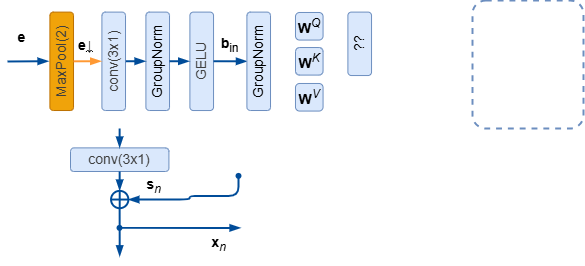
Earlier version of the draw.io export images/parametersEstimation/bottleneck_block_diagram.drawio.png (romangorbunov91/master-thesis-2026). Source tidied: cells renumbered, new cells last; positions are measured from the earlier drawing's top-left corner, leaving out a move shared by most shapes.
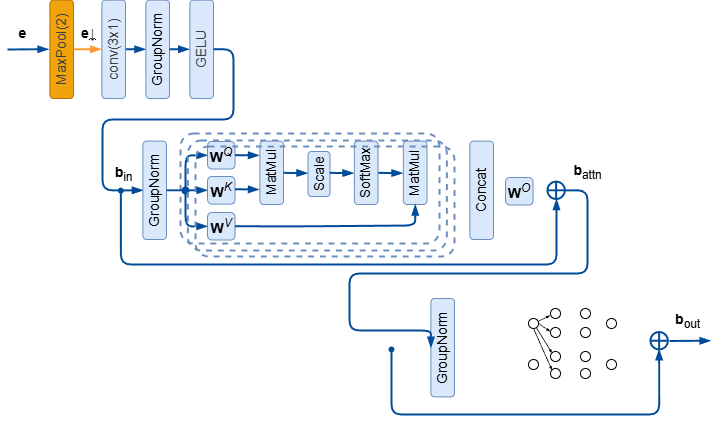
The same diagram one commit later.

Commit message:
Дополнено описание Bottleneck.

The edit, as a diff of the source:
```diff
@@ -3,7 +3,7 @@
     <mxCell id="0" />
     <mxCell id="1" parent="0" />
     <mxCell id="2" style="rounded=1;whiteSpace=wrap;html=1;fillColor=none;strokeColor=#6c8ebf;dashed=1;strokeWidth=1.9685;arcSize=12;" parent="1" vertex="1">
-      <mxGeometry x="465" width="111" height="128" as="geometry" />
+      <mxGeometry x="173" y="145" width="259" height="110" as="geometry" />
     </mxCell>
     <mxCell id="3" style="edgeStyle=none;html=1;rounded=0;curved=0;endArrow=blockThin;endFill=1;strokeColor=#004C99;strokeWidth=1.9685;" parent="1" edge="1">
       <mxGeometry relative="1" as="geometry">
@@ -12,57 +12,20 @@
       </mxGeometry>
     </mxCell>
     <mxCell id="4" value="&lt;font style=&quot;font-size: 14px;&quot;&gt;&lt;b style=&quot;&quot;&gt;e&lt;/b&gt;&lt;/font&gt;" style="text;html=1;align=center;verticalAlign=middle;strokeColor=none;fillColor=none;" parent="1" vertex="1">
-      <mxGeometry y="22" width="27" height="30" as="geometry" />
+      <mxGeometry x="1" y="29.5" width="27" height="30" as="geometry" />
     </mxCell>
-    <mxCell id="5" value="&lt;span style=&quot;color: rgb(63, 63, 63); font-size: 14px;&quot;&gt;conv(3x1)&lt;/span&gt;" style="rounded=1;whiteSpace=wrap;html=1;rotation=0;fillColor=#dae8fc;strokeColor=#6c8ebf;" parent="1" vertex="1">
-      <mxGeometry x="63" y="147.4" width="98.4" height="23.6" as="geometry" />
-    </mxCell>
-    <mxCell id="6" style="edgeStyle=none;html=1;entryX=0.5;entryY=0;entryDx=0;entryDy=0;rounded=0;curved=0;endArrow=blockThin;endFill=1;strokeColor=#004C99;exitX=0.5;exitY=1;exitDx=0;exitDy=0;strokeWidth=1.9685;" parent="1" edge="1">
-      <mxGeometry relative="1" as="geometry">
-        <mxPoint x="112.1" y="128" as="sourcePoint" />
-        <mxPoint x="112.1" y="147" as="targetPoint" />
-      </mxGeometry>
-    </mxCell>
     <mxCell id="7" style="verticalLabelPosition=bottom;verticalAlign=top;html=1;shape=mxgraph.flowchart.summing_function;strokeColor=#004C99;strokeWidth=1.9685;" parent="1" vertex="1">
-      <mxGeometry x="103.6" y="190.4" width="17.3" height="17.3" as="geometry" />
+      <mxGeometry x="540" y="193.1" width="17.3" height="17.3" as="geometry" />
     </mxCell>
-    <mxCell id="8" style="edgeStyle=none;html=1;entryX=0.5;entryY=0;entryDx=0;entryDy=0;rounded=0;curved=0;endArrow=blockThin;endFill=1;strokeColor=#004C99;exitX=0.5;exitY=1;exitDx=0;exitDy=0;strokeWidth=1.9685;" parent="1" edge="1">
-      <mxGeometry relative="1" as="geometry">
-        <mxPoint x="112.2" y="171" as="sourcePoint" />
-        <mxPoint x="112.2" y="190" as="targetPoint" />
-      </mxGeometry>
-    </mxCell>
-    <mxCell id="9" style="edgeStyle=orthogonalEdgeStyle;html=1;rounded=1;endArrow=blockThin;endFill=1;strokeColor=#004C99;entryX=1;entryY=0.5;entryDx=0;entryDy=0;entryPerimeter=0;startArrow=oval;startFill=1;startSize=3.937;curved=0;strokeWidth=1.9685;" parent="1" edge="1" target="7">
+    <mxCell id="9" style="edgeStyle=orthogonalEdgeStyle;html=1;rounded=1;endArrow=blockThin;endFill=1;strokeColor=#004C99;entryX=0.5;entryY=1;entryDx=0;entryDy=0;entryPerimeter=0;startArrow=oval;startFill=1;startSize=3.937;curved=0;strokeWidth=1.9685;exitX=0.442;exitY=1.034;exitDx=0;exitDy=0;exitPerimeter=0;" parent="1" edge="1" source="24" target="7">
       <mxGeometry relative="1" as="geometry">
-        <mxPoint x="231" y="175.4" as="sourcePoint" />
         <Array as="points">
-          <mxPoint x="231" y="195.4" />
-          <mxPoint x="182" y="195.4" />
-          <mxPoint x="182" y="199.4" />
+          <mxPoint x="113" y="276" />
+          <mxPoint x="549" y="276" />
+          <mxPoint x="549" y="211" />
         </Array>
       </mxGeometry>
     </mxCell>
-    <mxCell id="10" style="edgeStyle=none;html=1;rounded=0;curved=0;endArrow=blockThin;endFill=1;strokeColor=#004C99;exitX=0.5;exitY=1;exitDx=0;exitDy=0;entryX=0.5;entryY=0;entryDx=0;entryDy=0;strokeWidth=1.9685;" parent="1" edge="1">
-      <mxGeometry relative="1" as="geometry">
-        <mxPoint x="112.1" y="208.4" as="sourcePoint" />
-        <mxPoint x="112.2" y="255.8" as="targetPoint" />
-      </mxGeometry>
-    </mxCell>
-    <mxCell id="11" style="edgeStyle=orthogonalEdgeStyle;html=1;rounded=0;endArrow=blockThin;endFill=1;strokeColor=#004C99;startArrow=oval;startFill=1;startSize=3.937;strokeWidth=1.9685;" parent="1" edge="1">
-      <mxGeometry relative="1" as="geometry">
-        <mxPoint x="112" y="227.4" as="sourcePoint" />
-        <mxPoint x="233" y="227.4" as="targetPoint" />
-        <Array as="points">
-          <mxPoint x="205" y="227.4" />
-        </Array>
-      </mxGeometry>
-    </mxCell>
-    <mxCell id="12" value="&lt;font style=&quot;font-size: 14px;&quot;&gt;&lt;b style=&quot;&quot;&gt;x&lt;/b&gt;&lt;sub style=&quot;&quot;&gt;&lt;i style=&quot;&quot;&gt;n&lt;/i&gt;&lt;/sub&gt;&lt;/font&gt;" style="text;html=1;align=center;verticalAlign=middle;strokeColor=none;fillColor=none;" parent="1" vertex="1">
-      <mxGeometry x="194" y="226.4" width="33" height="33" as="geometry" />
-    </mxCell>
-    <mxCell id="13" value="&lt;font style=&quot;font-size: 14px;&quot;&gt;&lt;b style=&quot;&quot;&gt;s&lt;/b&gt;&lt;sub style=&quot;&quot;&gt;&lt;i style=&quot;&quot;&gt;n&lt;/i&gt;&lt;/sub&gt;&lt;/font&gt;" style="text;html=1;align=center;verticalAlign=middle;strokeColor=none;fillColor=none;strokeWidth=1.9685;" parent="1" vertex="1">
-      <mxGeometry x="129" y="168.4" width="33" height="33" as="geometry" />
-    </mxCell>
     <mxCell id="14" value="&lt;span style=&quot;color: rgb(63, 63, 63); font-size: 14px;&quot;&gt;conv(3x1)&lt;/span&gt;" style="rounded=1;whiteSpace=wrap;html=1;rotation=-90;fillColor=#dae8fc;strokeColor=#6c8ebf;" parent="1" vertex="1">
       <mxGeometry x="57" y="49" width="98.4" height="23.6" as="geometry" />
     </mxCell>
@@ -72,13 +35,13 @@
     <mxCell id="16" value="&lt;span style=&quot;color: rgb(63, 63, 63); font-size: 14px;&quot;&gt;GELU&lt;/span&gt;" style="rounded=1;whiteSpace=wrap;html=1;rotation=-90;fillColor=#dae8fc;strokeColor=#6c8ebf;" parent="1" vertex="1">
       <mxGeometry x="145" y="49" width="98.4" height="23.6" as="geometry" />
     </mxCell>
-    <mxCell id="17" style="edgeStyle=none;html=1;entryX=0.476;entryY=-0.051;entryDx=0;entryDy=0;rounded=0;curved=0;endArrow=blockThin;endFill=1;strokeColor=#004C99;exitX=0.476;exitY=0.987;exitDx=0;exitDy=0;strokeWidth=1.9685;exitPerimeter=0;entryPerimeter=0;" parent="1" edge="1">
+    <mxCell id="17" style="edgeStyle=none;html=1;entryX=0.476;entryY=-0.051;entryDx=0;entryDy=0;rounded=0;curved=0;endArrow=blockThin;endFill=1;strokeColor=#004C99;exitX=0.476;exitY=0.987;exitDx=0;exitDy=0;strokeWidth=2;exitPerimeter=0;entryPerimeter=0;" parent="1" edge="1">
       <mxGeometry relative="1" as="geometry">
         <mxPoint x="118.3" y="60.7" as="sourcePoint" />
         <mxPoint x="138" y="60.7" as="targetPoint" />
       </mxGeometry>
     </mxCell>
-    <mxCell id="18" style="edgeStyle=none;html=1;entryX=0.476;entryY=-0.051;entryDx=0;entryDy=0;rounded=0;curved=0;endArrow=blockThin;endFill=1;strokeColor=#004C99;exitX=0.476;exitY=0.987;exitDx=0;exitDy=0;strokeWidth=1.9685;exitPerimeter=0;entryPerimeter=0;" parent="1" edge="1">
+    <mxCell id="18" style="edgeStyle=none;html=1;entryX=0.476;entryY=-0.051;entryDx=0;entryDy=0;rounded=0;curved=0;endArrow=blockThin;endFill=1;strokeColor=#004C99;exitX=0.476;exitY=0.987;exitDx=0;exitDy=0;strokeWidth=2;exitPerimeter=0;entryPerimeter=0;" parent="1" edge="1">
       <mxGeometry relative="1" as="geometry">
         <mxPoint x="162" y="60.7" as="sourcePoint" />
         <mxPoint x="181.7" y="60.7" as="targetPoint" />
@@ -88,35 +51,204 @@
       <mxGeometry x="5" y="49" width="98.4" height="23.6" as="geometry" />
     </mxCell>
     <mxCell id="20" value="&lt;font style=&quot;font-size: 14px;&quot;&gt;&lt;font style=&quot;&quot;&gt;&lt;b style=&quot;&quot;&gt;e&lt;/b&gt;&lt;/font&gt;&lt;font face=&quot;Google Sans, Arial, sans-serif&quot;&gt;&lt;i style=&quot;&quot;&gt;&lt;u style=&quot;&quot;&gt;↓&lt;/u&gt;&lt;/i&gt;&lt;/font&gt;&lt;/font&gt;" style="text;html=1;align=center;verticalAlign=middle;strokeColor=none;fillColor=none;" parent="1" vertex="1">
-      <mxGeometry x="61" y="30" width="34" height="30" as="geometry" />
+      <mxGeometry x="64" y="30" width="34" height="30" as="geometry" />
     </mxCell>
     <mxCell id="21" style="edgeStyle=none;html=1;entryX=0.476;entryY=-0.051;entryDx=0;entryDy=0;rounded=0;curved=0;endArrow=blockThin;endFill=1;strokeColor=#FF9933;exitX=0.5;exitY=1;exitDx=0;exitDy=0;strokeWidth=1.9685;entryPerimeter=0;fillColor=#fa6800;" parent="1" edge="1" source="19">
       <mxGeometry relative="1" as="geometry">
         <mxPoint x="93.7" y="60.7" as="targetPoint" />
       </mxGeometry>
     </mxCell>
-    <mxCell id="22" style="edgeStyle=none;html=1;rounded=0;curved=0;endArrow=blockThin;endFill=1;strokeColor=#004C99;exitX=0.476;exitY=0.987;exitDx=0;exitDy=0;strokeWidth=1.9685;exitPerimeter=0;entryX=0.5;entryY=0;entryDx=0;entryDy=0;" parent="1" edge="1" target="23">
+    <mxCell id="22" style="edgeStyle=orthogonalEdgeStyle;html=1;rounded=1;endArrow=blockThin;endFill=1;strokeColor=#004C99;exitX=0.476;exitY=0.987;exitDx=0;exitDy=0;strokeWidth=2;exitPerimeter=0;entryX=0.5;entryY=0;entryDx=0;entryDy=0;" parent="1" edge="1" target="23">
       <mxGeometry relative="1" as="geometry">
         <mxPoint x="206" y="60.7" as="sourcePoint" />
+        <Array as="points">
+          <mxPoint x="226" y="61" />
+          <mxPoint x="226" y="131" />
+          <mxPoint x="95" y="131" />
+          <mxPoint x="95" y="202" />
+        </Array>
       </mxGeometry>
     </mxCell>
     <mxCell id="23" value="&lt;span style=&quot;font-size: 14px;&quot;&gt;GroupNorm&lt;/span&gt;" style="rounded=1;whiteSpace=wrap;html=1;rotation=-90;fillColor=#dae8fc;strokeColor=#6c8ebf;" parent="1" vertex="1">
-      <mxGeometry x="202" y="49" width="98.4" height="23.6" as="geometry" />
+      <mxGeometry x="98" y="190" width="98.4" height="23.6" as="geometry" />
     </mxCell>
     <mxCell id="24" value="&lt;font style=&quot;font-size: 14px;&quot;&gt;&lt;b&gt;b&lt;/b&gt;&lt;sub style=&quot;&quot;&gt;in&lt;/sub&gt;&lt;/font&gt;" style="text;html=1;align=center;verticalAlign=middle;points=[];strokeColor=none;fillColor=none;" parent="1" vertex="1">
-      <mxGeometry x="203" y="27" width="37" height="33" as="geometry" />
+      <mxGeometry x="97" y="168" width="37" height="33" as="geometry" />
     </mxCell>
     <mxCell id="25" value="&lt;span style=&quot;font-size: 14px;&quot;&gt;&lt;b&gt;W&lt;/b&gt;&lt;sup&gt;&lt;i&gt;Q&lt;/i&gt;&lt;/sup&gt;&lt;/span&gt;" style="rounded=1;whiteSpace=wrap;html=1;rotation=0;fillColor=#dae8fc;strokeColor=#6c8ebf;" parent="1" vertex="1">
-      <mxGeometry x="288" y="12" width="27.6" height="27.6" as="geometry" />
+      <mxGeometry x="200" y="153" width="27.6" height="27.6" as="geometry" />
     </mxCell>
     <mxCell id="26" value="&lt;span style=&quot;font-size: 14px;&quot;&gt;&lt;b&gt;W&lt;/b&gt;&lt;sup&gt;&lt;i&gt;K&lt;/i&gt;&lt;/sup&gt;&lt;/span&gt;" style="rounded=1;whiteSpace=wrap;html=1;rotation=0;fillColor=#dae8fc;strokeColor=#6c8ebf;" parent="1" vertex="1">
-      <mxGeometry x="288" y="47" width="27.6" height="27.6" as="geometry" />
+      <mxGeometry x="200" y="188" width="27.6" height="27.6" as="geometry" />
     </mxCell>
     <mxCell id="27" value="&lt;span style=&quot;font-size: 14px;&quot;&gt;&lt;b&gt;W&lt;/b&gt;&lt;sup&gt;&lt;i&gt;V&lt;/i&gt;&lt;/sup&gt;&lt;/span&gt;" style="rounded=1;whiteSpace=wrap;html=1;rotation=0;fillColor=#dae8fc;strokeColor=#6c8ebf;" parent="1" vertex="1">
-      <mxGeometry x="288" y="83" width="27.6" height="27.6" as="geometry" />
+      <mxGeometry x="200" y="224" width="27.6" height="27.6" as="geometry" />
     </mxCell>
-    <mxCell id="28" value="&lt;span style=&quot;font-size: 14px;&quot;&gt;??&lt;/span&gt;" style="rounded=1;whiteSpace=wrap;html=1;rotation=-90;fillColor=#dae8fc;strokeColor=#6c8ebf;" parent="1" vertex="1">
-      <mxGeometry x="320.5" y="31.5" width="63.4" height="23.6" as="geometry" />
+    <mxCell id="28" value="&lt;span style=&quot;font-size: 14px;&quot;&gt;MatMul&lt;/span&gt;" style="rounded=1;whiteSpace=wrap;html=1;rotation=-90;fillColor=#dae8fc;strokeColor=#6c8ebf;" parent="1" vertex="1">
+      <mxGeometry x="232.5" y="172.5" width="63.4" height="23.6" as="geometry" />
     </mxCell>
+    <mxCell id="29" style="edgeStyle=none;html=1;rounded=0;curved=0;endArrow=blockThin;endFill=1;strokeColor=#004C99;exitX=0.5;exitY=1;exitDx=0;exitDy=0;strokeWidth=1.9685;entryX=0;entryY=0.5;entryDx=0;entryDy=0;" parent="1" edge="1" source="23" target="26">
+      <mxGeometry relative="1" as="geometry" />
+    </mxCell>
+    <mxCell id="30" style="edgeStyle=orthogonalEdgeStyle;html=1;rounded=1;endArrow=blockThin;endFill=1;strokeColor=#004C99;strokeWidth=2;entryX=0;entryY=0.5;entryDx=0;entryDy=0;startArrow=oval;startFill=1;curved=0;" parent="1" edge="1" target="25">
+      <mxGeometry relative="1" as="geometry">
+        <mxPoint x="178" y="202" as="sourcePoint" />
+        <Array as="points">
+          <mxPoint x="178" y="167" />
+        </Array>
+      </mxGeometry>
+    </mxCell>
+    <mxCell id="31" style="edgeStyle=orthogonalEdgeStyle;html=1;rounded=1;endArrow=blockThin;endFill=1;strokeColor=#004C99;strokeWidth=2;startArrow=none;startFill=0;curved=0;entryX=0;entryY=0.5;entryDx=0;entryDy=0;" parent="1" edge="1" target="27">
+      <mxGeometry relative="1" as="geometry">
+        <mxPoint x="178" y="202" as="sourcePoint" />
+        <Array as="points">
+          <mxPoint x="178" y="238" />
+        </Array>
+      </mxGeometry>
+    </mxCell>
+    <mxCell id="32" style="edgeStyle=none;html=1;rounded=0;curved=0;endArrow=blockThin;endFill=1;strokeColor=#004C99;exitX=0.476;exitY=0.987;exitDx=0;exitDy=0;strokeWidth=2;exitPerimeter=0;entryX=0.5;entryY=0;entryDx=0;entryDy=0;" parent="1" edge="1">
+      <mxGeometry relative="1" as="geometry">
+        <mxPoint x="227.6" y="166.6" as="sourcePoint" />
+        <mxPoint x="251.6" y="166.9" as="targetPoint" />
+      </mxGeometry>
+    </mxCell>
+    <mxCell id="33" style="edgeStyle=none;html=1;rounded=0;curved=0;endArrow=blockThin;endFill=1;strokeColor=#004C99;exitX=0.476;exitY=0.987;exitDx=0;exitDy=0;strokeWidth=2;exitPerimeter=0;entryX=0.5;entryY=0;entryDx=0;entryDy=0;" parent="1" edge="1">
+      <mxGeometry relative="1" as="geometry">
+        <mxPoint x="227.6" y="200.7" as="sourcePoint" />
+        <mxPoint x="251.6" y="201" as="targetPoint" />
+      </mxGeometry>
+    </mxCell>
+    <mxCell id="34" style="edgeStyle=none;html=1;rounded=0;curved=0;endArrow=blockThin;endFill=1;strokeColor=#004C99;exitX=0.476;exitY=0.987;exitDx=0;exitDy=0;strokeWidth=2;exitPerimeter=0;entryX=0.5;entryY=0;entryDx=0;entryDy=0;" parent="1" edge="1">
+      <mxGeometry relative="1" as="geometry">
+        <mxPoint x="276" y="184.4" as="sourcePoint" />
+        <mxPoint x="300" y="184.6" as="targetPoint" />
+      </mxGeometry>
+    </mxCell>
+    <mxCell id="35" value="&lt;span style=&quot;font-size: 14px;&quot;&gt;Scale&lt;/span&gt;" style="rounded=1;whiteSpace=wrap;html=1;rotation=-90;fillColor=#dae8fc;strokeColor=#6c8ebf;" parent="1" vertex="1">
+      <mxGeometry x="289" y="174.5" width="45" height="22" as="geometry" />
+    </mxCell>
+    <mxCell id="36" value="&lt;span style=&quot;font-size: 14px;&quot;&gt;SoftMax&lt;/span&gt;" style="rounded=1;whiteSpace=wrap;html=1;rotation=-90;fillColor=#dae8fc;strokeColor=#6c8ebf;" parent="1" vertex="1">
+      <mxGeometry x="327" y="172.5" width="63.4" height="23.6" as="geometry" />
+    </mxCell>
+    <mxCell id="37" style="edgeStyle=none;html=1;rounded=0;curved=0;endArrow=blockThin;endFill=1;strokeColor=#004C99;exitX=0.476;exitY=0.987;exitDx=0;exitDy=0;strokeWidth=2;exitPerimeter=0;entryX=0.5;entryY=0;entryDx=0;entryDy=0;" parent="1" edge="1">
+      <mxGeometry relative="1" as="geometry">
+        <mxPoint x="322" y="184.4" as="sourcePoint" />
+        <mxPoint x="346" y="184.6" as="targetPoint" />
+      </mxGeometry>
+    </mxCell>
+    <mxCell id="38" value="&lt;span style=&quot;font-size: 14px;&quot;&gt;MatMul&lt;/span&gt;" style="rounded=1;whiteSpace=wrap;html=1;rotation=-90;fillColor=#dae8fc;strokeColor=#6c8ebf;" parent="1" vertex="1">
+      <mxGeometry x="376" y="172.5" width="63.4" height="23.6" as="geometry" />
+    </mxCell>
+    <mxCell id="39" style="edgeStyle=none;html=1;rounded=0;curved=0;endArrow=blockThin;endFill=1;strokeColor=#004C99;exitX=0.476;exitY=0.987;exitDx=0;exitDy=0;strokeWidth=2;exitPerimeter=0;entryX=0.5;entryY=0;entryDx=0;entryDy=0;" parent="1" edge="1">
+      <mxGeometry relative="1" as="geometry">
+        <mxPoint x="371" y="184.4" as="sourcePoint" />
+        <mxPoint x="395" y="184.6" as="targetPoint" />
+      </mxGeometry>
+    </mxCell>
+    <mxCell id="40" style="edgeStyle=orthogonalEdgeStyle;html=1;rounded=1;endArrow=blockThin;endFill=1;strokeColor=#004C99;strokeWidth=2;startArrow=none;startFill=0;curved=0;exitX=1;exitY=0.5;exitDx=0;exitDy=0;entryX=0;entryY=0.5;entryDx=0;entryDy=0;" parent="1" edge="1" source="27" target="38">
+      <mxGeometry relative="1" as="geometry">
+        <Array as="points">
+          <mxPoint x="294" y="238" />
+          <mxPoint x="408" y="237" />
+        </Array>
+      </mxGeometry>
+    </mxCell>
+    <mxCell id="41" value="&lt;span style=&quot;font-size: 14px;&quot;&gt;Concat&lt;/span&gt;" style="rounded=1;whiteSpace=wrap;html=1;rotation=-90;fillColor=#dae8fc;strokeColor=#6c8ebf;" parent="1" vertex="1">
+      <mxGeometry x="425" y="190" width="98.4" height="23.6" as="geometry" />
+    </mxCell>
+    <mxCell id="42" value="&lt;span style=&quot;font-size: 14px;&quot;&gt;&lt;b&gt;W&lt;/b&gt;&lt;sup&gt;&lt;i&gt;O&lt;/i&gt;&lt;/sup&gt;&lt;/span&gt;" style="rounded=1;whiteSpace=wrap;html=1;rotation=0;fillColor=#dae8fc;strokeColor=#6c8ebf;" parent="1" vertex="1">
+      <mxGeometry x="498" y="189" width="27.6" height="27.6" as="geometry" />
+    </mxCell>
+    <mxCell id="43" value="&lt;span style=&quot;font-size: 14px;&quot;&gt;GroupNorm&lt;/span&gt;" style="rounded=1;whiteSpace=wrap;html=1;rotation=-90;fillColor=#dae8fc;strokeColor=#6c8ebf;" parent="1" vertex="1">
+      <mxGeometry x="386" y="347.4" width="98.4" height="23.6" as="geometry" />
+    </mxCell>
+    <mxCell id="44" style="rounded=1;whiteSpace=wrap;html=1;fillColor=none;strokeColor=#6c8ebf;dashed=1;strokeWidth=1.9685;arcSize=12;" parent="1" vertex="1">
+      <mxGeometry x="180.4" y="152" width="259" height="110" as="geometry" />
+    </mxCell>
+    <mxCell id="45" style="rounded=1;whiteSpace=wrap;html=1;fillColor=none;strokeColor=#6c8ebf;dashed=1;strokeWidth=1.9685;arcSize=12;" parent="1" vertex="1">
+      <mxGeometry x="188" y="158" width="259" height="110" as="geometry" />
+    </mxCell>
+    <mxCell id="46" style="edgeStyle=orthogonalEdgeStyle;html=1;rounded=1;endArrow=blockThin;endFill=1;strokeColor=#004C99;exitX=1;exitY=0.5;exitDx=0;exitDy=0;strokeWidth=2;exitPerimeter=0;entryX=0.5;entryY=0;entryDx=0;entryDy=0;" parent="1" edge="1" source="7" target="43">
+      <mxGeometry relative="1" as="geometry">
+        <Array as="points">
+          <mxPoint x="580" y="202" />
+          <mxPoint x="580" y="285" />
+          <mxPoint x="342" y="285" />
+          <mxPoint x="342" y="342" />
+        </Array>
+      </mxGeometry>
+    </mxCell>
+    <mxCell id="47" style="ellipse;whiteSpace=wrap;html=1;fillColor=none;strokeColor=default;" parent="1" vertex="1">
+      <mxGeometry x="521" y="330" width="10" height="10" as="geometry" />
+    </mxCell>
+    <mxCell id="48" style="ellipse;whiteSpace=wrap;html=1;fillColor=none;strokeColor=default;" parent="1" vertex="1">
+      <mxGeometry x="521" y="371" width="10" height="10" as="geometry" />
+    </mxCell>
+    <mxCell id="49" style="ellipse;whiteSpace=wrap;html=1;fillColor=none;strokeColor=default;" parent="1" vertex="1">
+      <mxGeometry x="543" y="320" width="10" height="10" as="geometry" />
+    </mxCell>
+    <mxCell id="50" style="ellipse;whiteSpace=wrap;html=1;fillColor=none;strokeColor=default;" parent="1" vertex="1">
+      <mxGeometry x="543" y="339" width="10" height="10" as="geometry" />
+    </mxCell>
+    <mxCell id="51" style="ellipse;whiteSpace=wrap;html=1;fillColor=none;strokeColor=default;" parent="1" vertex="1">
+      <mxGeometry x="543" y="363" width="10" height="10" as="geometry" />
+    </mxCell>
+    <mxCell id="52" style="ellipse;whiteSpace=wrap;html=1;fillColor=none;strokeColor=default;" parent="1" vertex="1">
+      <mxGeometry x="543" y="380" width="10" height="10" as="geometry" />
+    </mxCell>
+    <mxCell id="53" style="ellipse;whiteSpace=wrap;html=1;fillColor=none;strokeColor=default;" parent="1" vertex="1">
+      <mxGeometry x="573" y="320" width="10" height="10" as="geometry" />
+    </mxCell>
+    <mxCell id="54" style="ellipse;whiteSpace=wrap;html=1;fillColor=none;strokeColor=default;" parent="1" vertex="1">
+      <mxGeometry x="573" y="339" width="10" height="10" as="geometry" />
+    </mxCell>
+    <mxCell id="55" style="ellipse;whiteSpace=wrap;html=1;fillColor=none;strokeColor=default;" parent="1" vertex="1">
+      <mxGeometry x="573" y="363" width="10" height="10" as="geometry" />
+    </mxCell>
+    <mxCell id="56" style="ellipse;whiteSpace=wrap;html=1;fillColor=none;strokeColor=default;" parent="1" vertex="1">
+      <mxGeometry x="573" y="380" width="10" height="10" as="geometry" />
+    </mxCell>
+    <mxCell id="57" style="ellipse;whiteSpace=wrap;html=1;fillColor=none;strokeColor=default;" parent="1" vertex="1">
+      <mxGeometry x="599" y="371" width="10" height="10" as="geometry" />
+    </mxCell>
+    <mxCell id="58" style="ellipse;whiteSpace=wrap;html=1;fillColor=none;strokeColor=default;" parent="1" vertex="1">
+      <mxGeometry x="599" y="330" width="10" height="10" as="geometry" />
+    </mxCell>
+    <mxCell id="59" style="edgeStyle=none;html=1;entryX=-0.053;entryY=0.707;entryDx=0;entryDy=0;entryPerimeter=0;endArrow=blockThin;endFill=1;startSize=6;endSize=2;strokeWidth=0.75;rounded=0;curved=0;" parent="1" edge="1" source="47" target="49">
+      <mxGeometry relative="1" as="geometry" />
+    </mxCell>
+    <mxCell id="60" style="edgeStyle=none;html=1;entryX=-0.036;entryY=0.394;entryDx=0;entryDy=0;entryPerimeter=0;endArrow=blockThin;endFill=1;startSize=6;endSize=2;strokeWidth=0.75;exitX=1;exitY=0.5;exitDx=0;exitDy=0;" parent="1" edge="1" source="47" target="50">
+      <mxGeometry relative="1" as="geometry" />
+    </mxCell>
+    <mxCell id="61" style="edgeStyle=none;html=1;entryX=0;entryY=0;entryDx=0;entryDy=0;endArrow=blockThin;endFill=1;startSize=6;endSize=2;strokeWidth=0.75;exitX=0.816;exitY=0.969;exitDx=0;exitDy=0;rounded=0;curved=0;exitPerimeter=0;" parent="1" edge="1" source="47" target="51">
+      <mxGeometry relative="1" as="geometry" />
+    </mxCell>
+    <mxCell id="62" style="edgeStyle=none;html=1;entryX=0;entryY=0;entryDx=0;entryDy=0;endArrow=blockThin;endFill=1;startSize=6;endSize=2;strokeWidth=0.75;exitX=0.5;exitY=1;exitDx=0;exitDy=0;rounded=0;curved=0;" parent="1" edge="1" source="47" target="52">
+      <mxGeometry relative="1" as="geometry" />
+    </mxCell>
+    <mxCell id="63" style="verticalLabelPosition=bottom;verticalAlign=top;html=1;shape=mxgraph.flowchart.summing_function;strokeColor=#004C99;strokeWidth=1.9685;" parent="1" vertex="1">
+      <mxGeometry x="643" y="343.6" width="17.3" height="17.3" as="geometry" />
+    </mxCell>
+    <mxCell id="64" style="edgeStyle=orthogonalEdgeStyle;html=1;rounded=1;endArrow=blockThin;endFill=1;strokeColor=#004C99;entryX=0.5;entryY=1;entryDx=0;entryDy=0;entryPerimeter=0;startArrow=oval;startFill=1;startSize=3.937;curved=0;strokeWidth=1.9685;" parent="1" edge="1" target="63">
+      <mxGeometry relative="1" as="geometry">
+        <mxPoint x="384" y="361" as="sourcePoint" />
+        <Array as="points">
+          <mxPoint x="384" y="426" />
+          <mxPoint x="652" y="426" />
+        </Array>
+      </mxGeometry>
+    </mxCell>
+    <mxCell id="65" style="edgeStyle=none;html=1;rounded=0;curved=0;endArrow=blockThin;endFill=1;strokeColor=#004C99;strokeWidth=1.9685;" parent="1" edge="1">
+      <mxGeometry relative="1" as="geometry">
+        <mxPoint x="662" y="352.5" as="sourcePoint" />
+        <mxPoint x="703" y="352.2" as="targetPoint" />
+      </mxGeometry>
+    </mxCell>
+    <mxCell id="66" value="&lt;font style=&quot;font-size: 14px;&quot;&gt;&lt;b&gt;b&lt;/b&gt;&lt;sub style=&quot;&quot;&gt;attn&lt;/sub&gt;&lt;/font&gt;" style="text;html=1;align=center;verticalAlign=middle;strokeColor=none;fillColor=none;" parent="1" vertex="1">
+      <mxGeometry x="556" y="166" width="47" height="33" as="geometry" />
+    </mxCell>
+    <mxCell id="67" value="&lt;font style=&quot;font-size: 14px;&quot;&gt;&lt;b&gt;b&lt;/b&gt;&lt;sub style=&quot;&quot;&gt;out&lt;/sub&gt;&lt;/font&gt;" style="text;html=1;align=center;verticalAlign=middle;strokeColor=none;fillColor=none;" parent="1" vertex="1">
+      <mxGeometry x="658" y="316" width="44" height="33" as="geometry" />
+    </mxCell>
   </root>
 </mxGraphModel>
```
